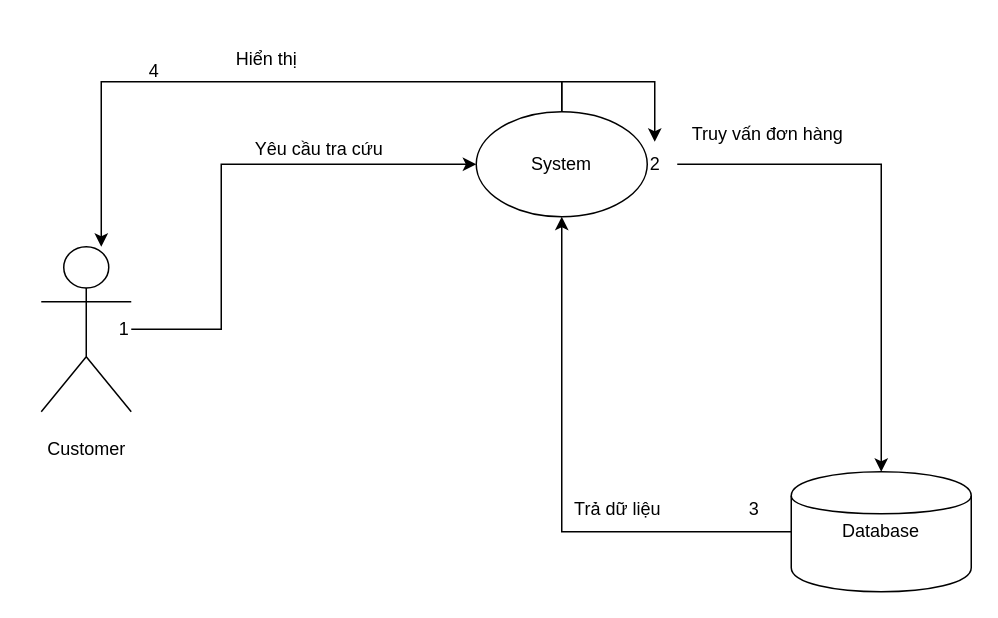
Laurizine/Software_Tecnology_ keeps this draw.io diagram as colla_tra_lsu_don_hang.drawio. Above is the earlier version. Source tidied: cells renumbered, new cells numbered last; positions are measured from the earlier drawing's top-left corner, leaving out a move shared by most shapes. Both pictures are drawn from the tidied source at 150%, with x=0, y=0 at pixel (26, 36).
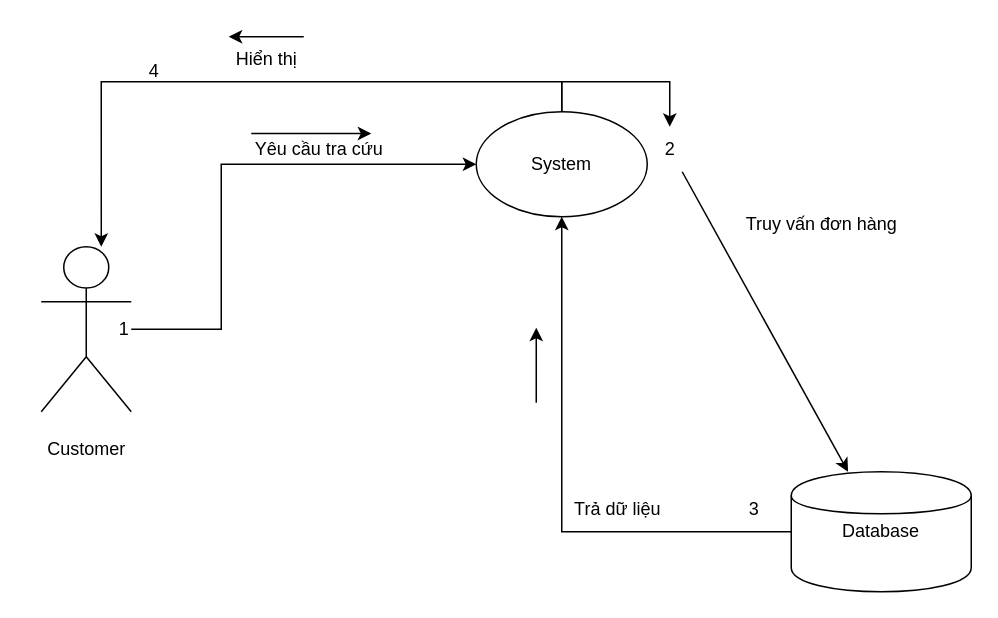
The same page after the edit.

Commit message (it also covers changes not shown here):
Cập nhật colla_tra_lsu_don_hang.drawio

The change refers to these unchanged cells:
```xml
<mxCell id="8" value="Database" style="shape=cylinder;whiteSpace=wrap;html=1;" parent="1" vertex="1">
  <mxGeometry x="510" y="290" width="120" height="80" as="geometry" />
</mxCell>
```

Diff of the diagram source:
```diff
@@
-    <mxCell id="5" style="edgeStyle=orthogonalEdgeStyle;rounded=0;jettySize=auto;html=1;" parent="1" edge="1" source="12" target="8">
+    <mxCell id="5" style="rounded=0;jettySize=auto;html=1;" parent="1" edge="1" source="12" target="8">
       <mxGeometry relative="1" as="geometry" />
     </mxCell>
@@
     <mxCell id="12" value="2" style="text;html=1;align=center;verticalAlign=middle;points=[];strokeColor=none;fillColor=none;" parent="1" vertex="1">
-      <mxGeometry x="404" y="70" width="30" height="30" as="geometry" />
+      <mxGeometry x="414" y="60" width="30" height="30" as="geometry" />
     </mxCell>
     <mxCell id="13" value="Truy vấn đơn hàng" style="text;html=1;align=center;verticalAlign=middle;strokeColor=none;fillColor=none;" parent="1" vertex="1">
-      <mxGeometry x="434" y="50" width="120" height="30" as="geometry" />
+      <mxGeometry x="470" y="110" width="120" height="30" as="geometry" />
     </mxCell>
@@
+    <mxCell id="19" style="endArrow=classic;html=1;rounded=0;" parent="1" edge="1">
+      <mxGeometry relative="1" as="geometry">
+        <mxPoint x="150" y="64.5" as="sourcePoint" />
+        <mxPoint x="230" y="64.5" as="targetPoint" />
+      </mxGeometry>
+    </mxCell>
+    <mxCell id="20" style="endArrow=classic;html=1;rounded=0;" parent="1" edge="1">
+      <mxGeometry relative="1" as="geometry">
+        <mxPoint x="185" as="sourcePoint" />
+        <mxPoint x="135" as="targetPoint" />
+      </mxGeometry>
+    </mxCell>
+    <mxCell id="21" style="endArrow=classic;html=1;rounded=0;" parent="1" edge="1">
+      <mxGeometry relative="1" as="geometry">
+        <mxPoint x="340" y="244" as="sourcePoint" />
+        <mxPoint x="340" y="194" as="targetPoint" />
+      </mxGeometry>
+    </mxCell>
```
